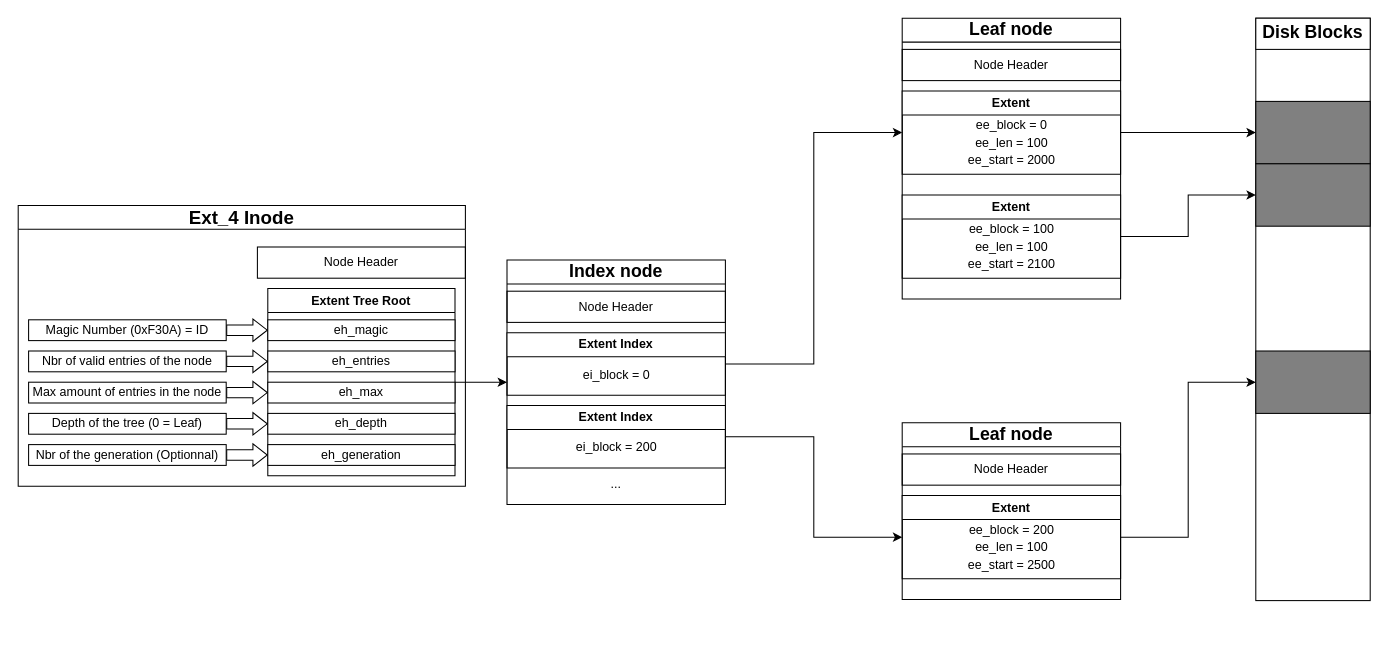
Before: diagrams/filesystem-extent-tree.drawio in Tek-EIP/Documentation, a draw.io diagram. Source tidied: cells renumbered, new cells numbered last; positions are measured from the earlier drawing's top-left corner, leaving out a move shared by most shapes. Both pictures are drawn from the tidied source at 104%, with x=0, y=0 at pixel (18, 18).
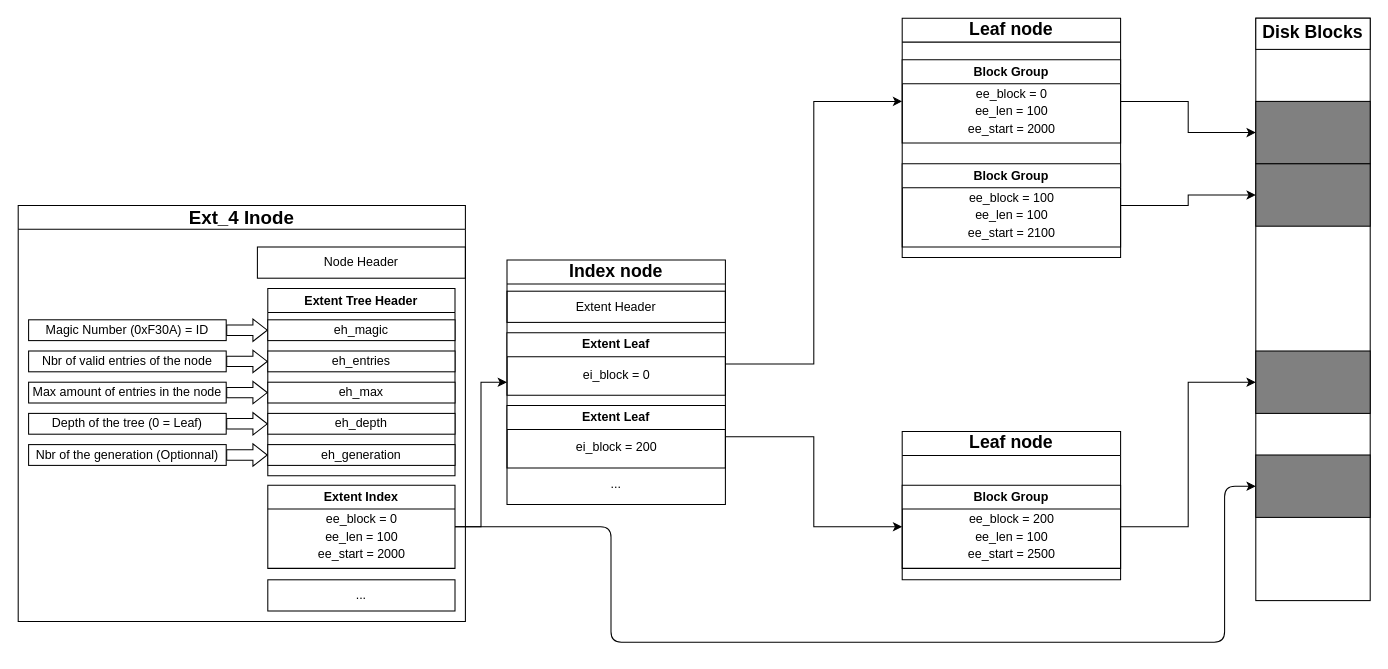
The same page after the edit.

The change refers to these unchanged cells:
```xml
<mxCell id="17" value="&lt;font style=&quot;font-size: 17px;&quot;&gt;Index node&lt;/font&gt;" style="swimlane;whiteSpace=wrap;html=1;startSize=23;" parent="1" vertex="1">
  <mxGeometry x="470" y="232.5" width="210" height="235" as="geometry" />
</mxCell>
```

Change to the diagram source:
```diff
@@
-    <mxCell id="2" style="edgeStyle=orthogonalEdgeStyle;rounded=0;jettySize=auto;html=1;entryX=0;entryY=0.5;entryDx=0;entryDy=0;" parent="1" edge="1" source="3" target="17">
+    <mxCell id="2" style="edgeStyle=orthogonalEdgeStyle;rounded=0;jettySize=auto;html=1;entryX=0;entryY=0.5;entryDx=0;entryDy=0;exitX=1;exitY=0.5;exitDx=0;exitDy=0;" parent="1" edge="1" source="50" target="17">
       <mxGeometry relative="1" as="geometry" />
     </mxCell>
-    <mxCell id="3" value="Extent Tree Root" style="swimlane;whiteSpace=wrap;html=1;" parent="1" vertex="1">
+    <mxCell id="3" value="Extent Tree Header" style="swimlane;whiteSpace=wrap;html=1;" parent="1" vertex="1">
       <mxGeometry x="240" y="260" width="180" height="180" as="geometry" />
     </mxCell>
@@
-    <mxCell id="18" value="Node Header" style="whiteSpace=wrap;html=1;fillColor=none;" parent="17" vertex="1">
+    <mxCell id="18" value="Extent Header" style="whiteSpace=wrap;html=1;fillColor=none;" parent="17" vertex="1">
       <mxGeometry y="30" width="210" height="30" as="geometry" />
     </mxCell>
-    <mxCell id="19" value="Extent Index" style="swimlane;whiteSpace=wrap;html=1;" parent="17" vertex="1">
+    <mxCell id="19" value="Extent Leaf" style="swimlane;whiteSpace=wrap;html=1;" parent="17" vertex="1">
       <mxGeometry y="70" width="210" height="60" as="geometry" />
     </mxCell>
@@
-    <mxCell id="21" value="Extent Index" style="swimlane;whiteSpace=wrap;html=1;" parent="17" vertex="1">
+    <mxCell id="21" value="Extent Leaf" style="swimlane;whiteSpace=wrap;html=1;" parent="17" vertex="1">
       <mxGeometry y="140" width="210" height="60" as="geometry" />
     </mxCell>
@@
     <mxCell id="24" value="&lt;font style=&quot;font-size: 18px;&quot;&gt;Ext_4 Inode&lt;/font&gt;" style="swimlane;whiteSpace=wrap;html=1;" parent="1" vertex="1">
-      <mxGeometry y="180" width="430" height="270" as="geometry" />
+      <mxGeometry y="180" width="430" height="400" as="geometry" />
     </mxCell>
@@
+    <mxCell id="48" value="..." style="whiteSpace=wrap;html=1;" parent="24" vertex="1">
+      <mxGeometry x="240" y="360" width="180" height="30" as="geometry" />
+    </mxCell>
@@
     <mxCell id="28" value="&lt;font style=&quot;font-size: 17px;&quot;&gt;Leaf node&lt;/font&gt;" style="swimlane;whiteSpace=wrap;html=1;startSize=23;" parent="1" vertex="1">
-      <mxGeometry x="850" width="210" height="270" as="geometry" />
+      <mxGeometry x="850" width="210" height="230" as="geometry" />
     </mxCell>
-    <mxCell id="29" value="Node Header" style="whiteSpace=wrap;html=1;fillColor=none;" parent="28" vertex="1">
-      <mxGeometry y="30" width="210" height="30" as="geometry" />
-    </mxCell>
+    <mxCell id="32" value="Block Group" style="swimlane;whiteSpace=wrap;html=1;" parent="28" vertex="1">
+      <mxGeometry y="140" width="210" height="80" as="geometry" />
+    </mxCell>
+    <mxCell id="33" value="&lt;div style=&quot;line-height: 140%;&quot;&gt;ee_block = 100&lt;div&gt;ee_len = 100&lt;/div&gt;&lt;div&gt;ee_start = 2100&lt;/div&gt;&lt;/div&gt;" style="text;html=1;align=center;verticalAlign=middle;strokeColor=none;fillColor=none;" parent="32" vertex="1">
+      <mxGeometry x="50" y="20" width="110" height="60" as="geometry" />
+    </mxCell>
-    <mxCell id="30" value="Extent" style="swimlane;whiteSpace=wrap;html=1;" parent="28" vertex="1">
-      <mxGeometry y="70" width="210" height="80" as="geometry" />
+    <mxCell id="30" value="Block Group" style="swimlane;whiteSpace=wrap;html=1;" parent="28" vertex="1">
+      <mxGeometry y="40" width="210" height="80" as="geometry" />
     </mxCell>
@@
-    <mxCell id="32" value="Extent" style="swimlane;whiteSpace=wrap;html=1;" parent="28" vertex="1">
-      <mxGeometry y="170" width="210" height="80" as="geometry" />
-    </mxCell>
-    <mxCell id="33" value="&lt;div style=&quot;line-height: 140%;&quot;&gt;ee_block = 100&lt;div&gt;ee_len = 100&lt;/div&gt;&lt;div&gt;ee_start = 2100&lt;/div&gt;&lt;/div&gt;" style="text;html=1;align=center;verticalAlign=middle;strokeColor=none;fillColor=none;" parent="32" vertex="1">
-      <mxGeometry x="50" y="20" width="110" height="60" as="geometry" />
-    </mxCell>
@@
     <mxCell id="36" value="&lt;font style=&quot;font-size: 17px;&quot;&gt;Leaf node&lt;/font&gt;" style="swimlane;whiteSpace=wrap;html=1;startSize=23;" parent="1" vertex="1">
-      <mxGeometry x="850" y="389" width="210" height="170" as="geometry" />
+      <mxGeometry x="850" y="397.5" width="210" height="142.5" as="geometry" />
     </mxCell>
-    <mxCell id="37" value="Node Header" style="whiteSpace=wrap;html=1;fillColor=none;" parent="36" vertex="1">
-      <mxGeometry y="30" width="210" height="30" as="geometry" />
-    </mxCell>
-    <mxCell id="38" value="Extent" style="swimlane;whiteSpace=wrap;html=1;" parent="36" vertex="1">
-      <mxGeometry y="70" width="210" height="80" as="geometry" />
+    <mxCell id="38" value="Block Group" style="swimlane;whiteSpace=wrap;html=1;" parent="36" vertex="1">
+      <mxGeometry y="51.5" width="210" height="80" as="geometry" />
     </mxCell>
@@
+    <mxCell id="49" style="edgeStyle=none;html=1;exitX=1;exitY=0.5;exitDx=0;exitDy=0;entryX=0;entryY=0.5;entryDx=0;entryDy=0;" parent="1" edge="1" source="50" target="52">
+      <mxGeometry relative="1" as="geometry">
+        <Array as="points">
+          <mxPoint x="570" y="489" />
+          <mxPoint x="570" y="600" />
+          <mxPoint x="1160" y="600" />
+          <mxPoint x="1160" y="450" />
+        </Array>
+      </mxGeometry>
+    </mxCell>
+    <mxCell id="50" value="Extent Index" style="swimlane;whiteSpace=wrap;html=1;" parent="1" vertex="1">
+      <mxGeometry x="240" y="449" width="180" height="80" as="geometry" />
+    </mxCell>
+    <mxCell id="51" value="&lt;div style=&quot;line-height: 140%;&quot;&gt;ee_block = 0&lt;div&gt;ee_len = 100&lt;/div&gt;&lt;div&gt;ee_start = 2000&lt;/div&gt;&lt;/div&gt;" style="text;html=1;align=center;verticalAlign=middle;strokeColor=none;fillColor=none;" parent="50" vertex="1">
+      <mxGeometry x="35" y="20" width="110" height="60" as="geometry" />
+    </mxCell>
+    <mxCell id="52" style="rounded=0;whiteSpace=wrap;html=1;fillColor=#808080;" parent="1" vertex="1">
+      <mxGeometry x="1190" y="420" width="110" height="60" as="geometry" />
+    </mxCell>
```
